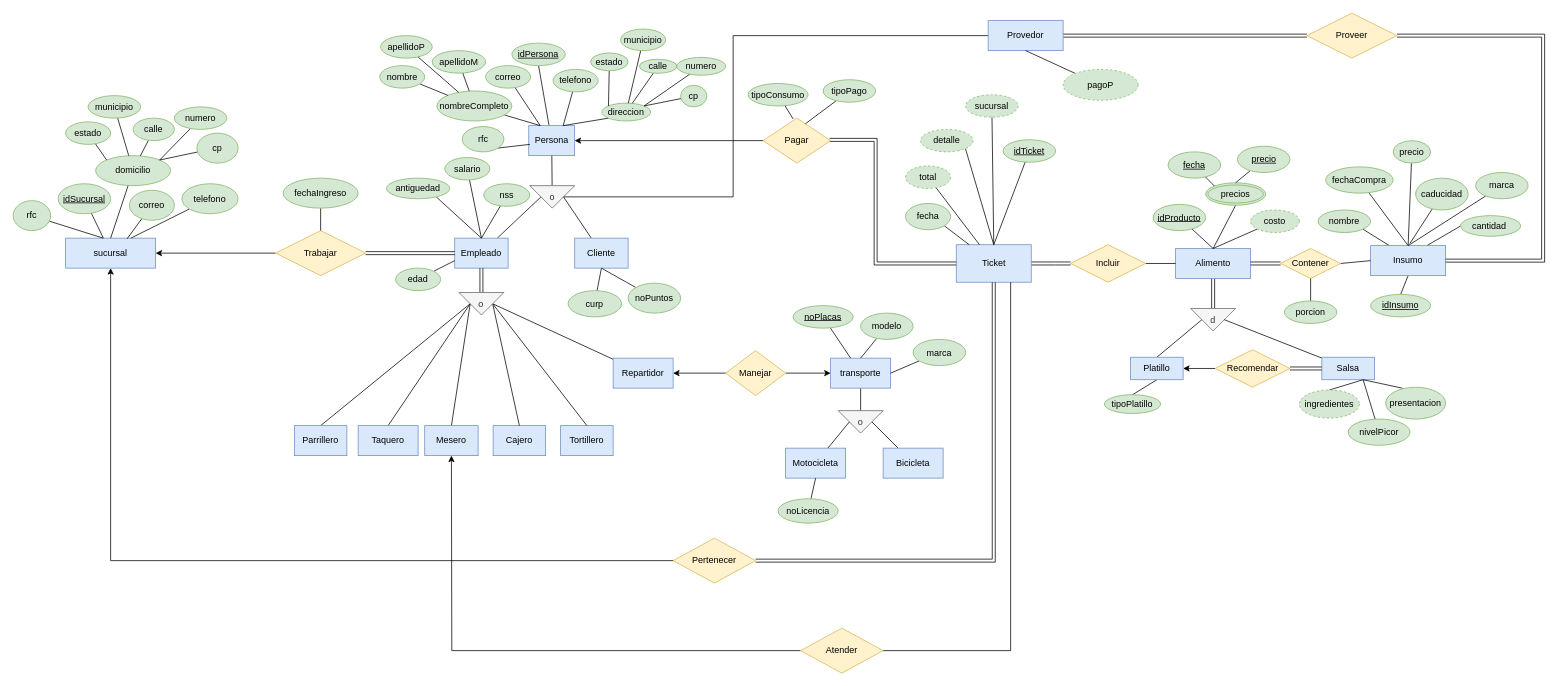
Before: Diagramas/ERAlfa.drawio in FBD-Alfa/taco-riendo, a draw.io diagram. Source tidied: cells renumbered, new cells numbered last; positions are measured from the earlier drawing's top-left corner, leaving out a move shared by most shapes. Both pictures are drawn from the tidied source at 75%, with x=0, y=0 at pixel (13, 13).
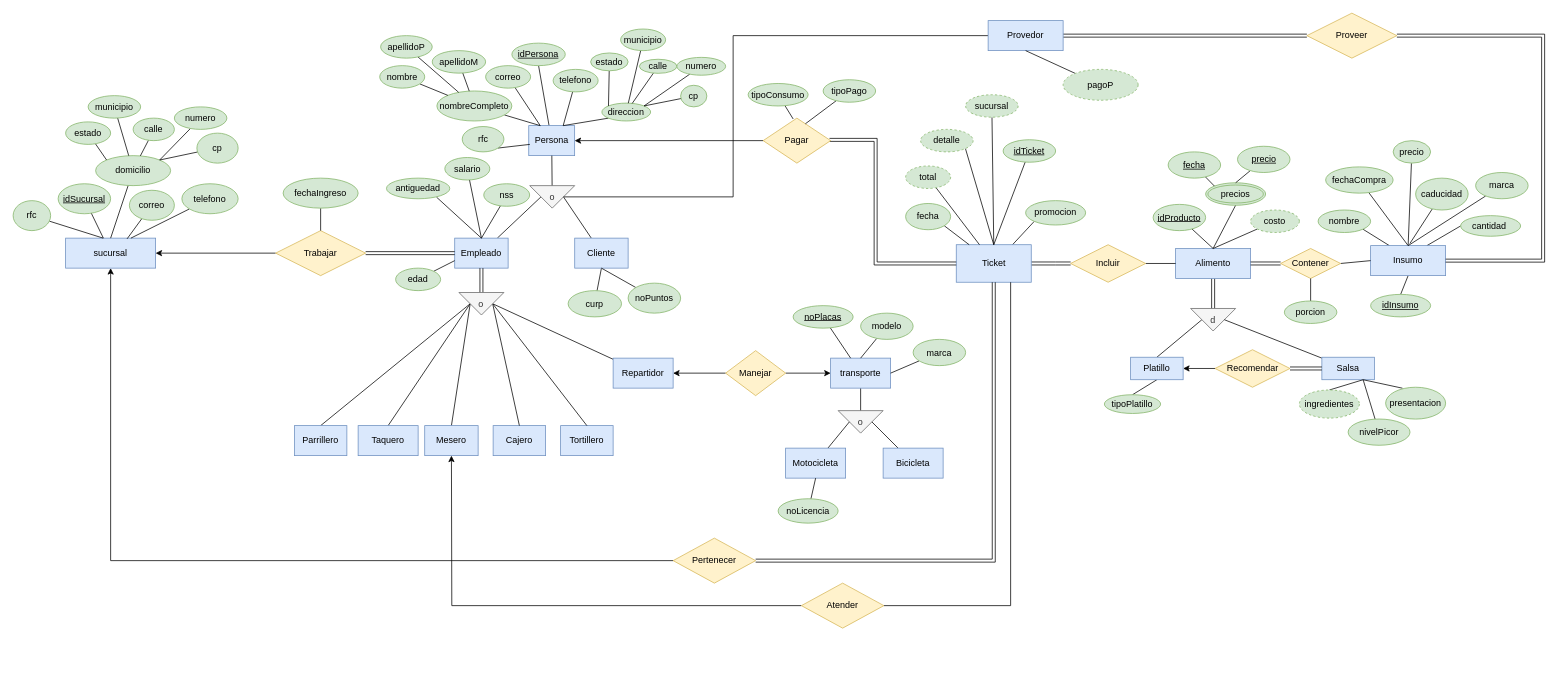
After the change.

Commit message:
Agrega promoción a Ticket

Unchanged cells that the change refers to:
```xml
<mxCell id="109" value="Ticket" style="whiteSpace=wrap;html=1;align=center;fillColor=#dae8fc;strokeColor=#6c8ebf;" parent="1" vertex="1">
  <mxGeometry x="1257.5" y="308.8" width="100" height="50" as="geometry" />
</mxCell>
```

What changed in the source:
```diff
@@
+    <mxCell id="190" style="rounded=0;jettySize=auto;html=1;exitX=0.75;exitY=0;exitDx=0;exitDy=0;entryX=0;entryY=1;entryDx=0;entryDy=0;endArrow=none;endFill=0;" parent="1" edge="1" source="109" target="191">
+      <mxGeometry relative="1" as="geometry" />
+    </mxCell>
@@
     <mxCell id="166" style="edgeStyle=orthogonalEdgeStyle;rounded=0;jettySize=auto;html=1;entryX=1;entryY=0.5;entryDx=0;entryDy=0;endArrow=none;endFill=0;" parent="1" edge="1" source="109" target="168">
       <mxGeometry relative="1" as="geometry">
         <Array as="points">
-          <mxPoint x="1330" y="850" />
+          <mxPoint x="1330" y="790" />
         </Array>
       </mxGeometry>
     </mxCell>
@@
     <mxCell id="168" value="Atender" style="shape=rhombus;perimeter=rhombusPerimeter;whiteSpace=wrap;html=1;align=center;fillColor=#fff2cc;strokeColor=#d6b656;" parent="1" vertex="1">
-      <mxGeometry x="1050" y="820" width="110" height="60" as="geometry" />
+      <mxGeometry x="1051" y="760" width="110" height="60" as="geometry" />
     </mxCell>
@@
+    <mxCell id="191" value="promocion" style="ellipse;whiteSpace=wrap;html=1;align=center;fillColor=#d5e8d4;strokeColor=#82b366;" parent="1" vertex="1">
+      <mxGeometry x="1350" y="250" width="80" height="32.5" as="geometry" />
+    </mxCell>
```
